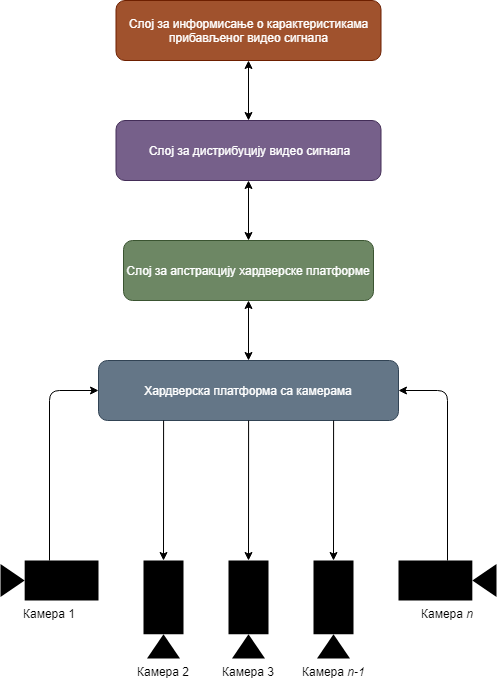
rondor1/msc keeps this draw.io diagram as res/cs-logic-overview.png. Above is the earlier version. Source tidied: cells renumbered, new cells last; positions are measured from the earlier drawing's top-left corner, leaving out a move shared by most shapes. Its diagram source:
```xml
<mxGraphModel>
  <root>
    <mxCell id="0" />
    <mxCell id="1" parent="0" />
    <mxCell id="2" value="Слој за дистрибуцију видео сигнала" style="rounded=1;whiteSpace=wrap;html=1;fillColor=#76608a;strokeColor=#432D57;fontColor=#ffffff;" parent="1" vertex="1">
      <mxGeometry x="115.5" y="120" width="265" height="60" as="geometry" />
    </mxCell>
    <mxCell id="3" value="&lt;span style=&quot;white-space: normal&quot;&gt;Слој за апстракцију хардверске платформе&lt;/span&gt;" style="rounded=1;whiteSpace=wrap;html=1;fillColor=#6d8764;strokeColor=#3A5431;fontColor=#ffffff;" parent="1" vertex="1">
      <mxGeometry x="123" y="240" width="250" height="60" as="geometry" />
    </mxCell>
    <mxCell id="4" value="Хардверска платформа са камерама" style="rounded=1;whiteSpace=wrap;html=1;fillColor=#647687;strokeColor=#314354;fontColor=#ffffff;" parent="1" vertex="1">
      <mxGeometry x="98" y="360" width="300" height="60" as="geometry" />
    </mxCell>
    <mxCell id="5" value="Камера 1" style="shape=mxgraph.signs.tech.video_camera;html=1;fillColor=#000000;strokeColor=none;verticalLabelPosition=bottom;verticalAlign=top;align=center;direction=west;" parent="1" vertex="1">
      <mxGeometry y="560" width="98" height="40" as="geometry" />
    </mxCell>
    <mxCell id="6" value="Камера&amp;nbsp;&lt;i&gt;n&lt;br&gt;&lt;/i&gt;" style="shape=mxgraph.signs.tech.video_camera;html=1;fillColor=#000000;strokeColor=none;verticalLabelPosition=bottom;verticalAlign=top;align=center;direction=east;" parent="1" vertex="1">
      <mxGeometry x="398" y="560" width="98" height="40" as="geometry" />
    </mxCell>
    <mxCell id="7" style="endArrow=classic;html=1;entryX=1;entryY=0.5;entryDx=0;entryDy=0;exitX=0.5;exitY=0;exitDx=0;exitDy=0;exitPerimeter=0;" parent="1" edge="1" source="6" target="4">
      <mxGeometry relative="1" as="geometry">
        <Array as="points">
          <mxPoint x="447" y="390" />
        </Array>
      </mxGeometry>
    </mxCell>
    <mxCell id="8" style="endArrow=classic;html=1;entryX=0;entryY=0.5;entryDx=0;entryDy=0;exitX=0.5;exitY=1;exitDx=0;exitDy=0;exitPerimeter=0;" parent="1" edge="1" source="5" target="4">
      <mxGeometry relative="1" as="geometry">
        <Array as="points">
          <mxPoint x="49" y="390" />
        </Array>
      </mxGeometry>
    </mxCell>
    <mxCell id="9" value="Камера 2" style="shape=mxgraph.signs.tech.video_camera;html=1;fillColor=#000000;strokeColor=none;verticalLabelPosition=bottom;verticalAlign=top;align=center;direction=south;" parent="1" vertex="1">
      <mxGeometry x="143" y="560" width="40" height="98" as="geometry" />
    </mxCell>
    <mxCell id="10" style="endArrow=classic;html=1;entryX=0;entryY=0.5;entryDx=0;entryDy=0;entryPerimeter=0;exitX=0.197;exitY=1;exitDx=0;exitDy=0;exitPerimeter=0;" parent="1" edge="1" target="9">
      <mxGeometry relative="1" as="geometry">
        <mxPoint x="163.1" y="420" as="sourcePoint" />
      </mxGeometry>
    </mxCell>
    <mxCell id="11" value="Камера 3" style="shape=mxgraph.signs.tech.video_camera;html=1;fillColor=#000000;strokeColor=none;verticalLabelPosition=bottom;verticalAlign=top;align=center;direction=south;" parent="1" vertex="1">
      <mxGeometry x="228" y="560" width="40" height="98" as="geometry" />
    </mxCell>
    <mxCell id="12" style="endArrow=classic;html=1;entryX=0;entryY=0.5;entryDx=0;entryDy=0;entryPerimeter=0;exitX=0.197;exitY=1;exitDx=0;exitDy=0;exitPerimeter=0;" parent="1" edge="1" target="11">
      <mxGeometry relative="1" as="geometry">
        <mxPoint x="248.1" y="420" as="sourcePoint" />
      </mxGeometry>
    </mxCell>
    <mxCell id="13" value="Камера &lt;i&gt;n-1&lt;/i&gt;" style="shape=mxgraph.signs.tech.video_camera;html=1;fillColor=#000000;strokeColor=none;verticalLabelPosition=bottom;verticalAlign=top;align=center;direction=south;" parent="1" vertex="1">
      <mxGeometry x="313" y="560" width="40" height="98" as="geometry" />
    </mxCell>
    <mxCell id="14" style="endArrow=classic;html=1;entryX=0;entryY=0.5;entryDx=0;entryDy=0;entryPerimeter=0;exitX=0.197;exitY=1;exitDx=0;exitDy=0;exitPerimeter=0;" parent="1" edge="1" target="13">
      <mxGeometry relative="1" as="geometry">
        <mxPoint x="333.1" y="420" as="sourcePoint" />
      </mxGeometry>
    </mxCell>
    <mxCell id="15" value="Слој за информисање о карактеристикама прибављеног видео сигнала" style="rounded=1;whiteSpace=wrap;html=1;fillColor=#a0522d;strokeColor=#6D1F00;fontColor=#ffffff;" parent="1" vertex="1">
      <mxGeometry x="115.5" width="265" height="60" as="geometry" />
    </mxCell>
    <mxCell id="16" style="endArrow=classic;startArrow=classic;html=1;entryX=0.5;entryY=1;entryDx=0;entryDy=0;exitX=0.5;exitY=0;exitDx=0;exitDy=0;" parent="1" edge="1" source="4" target="3">
      <mxGeometry relative="1" as="geometry" />
    </mxCell>
    <mxCell id="17" style="endArrow=classic;startArrow=classic;html=1;entryX=0.5;entryY=1;entryDx=0;entryDy=0;exitX=0.5;exitY=0;exitDx=0;exitDy=0;" parent="1" edge="1" source="3" target="2">
      <mxGeometry relative="1" as="geometry" />
    </mxCell>
    <mxCell id="18" style="endArrow=classic;startArrow=classic;html=1;entryX=0.5;entryY=0;entryDx=0;entryDy=0;exitX=0.5;exitY=1;exitDx=0;exitDy=0;" parent="1" edge="1" source="15" target="2">
      <mxGeometry relative="1" as="geometry" />
    </mxCell>
  </root>
</mxGraphModel>
```
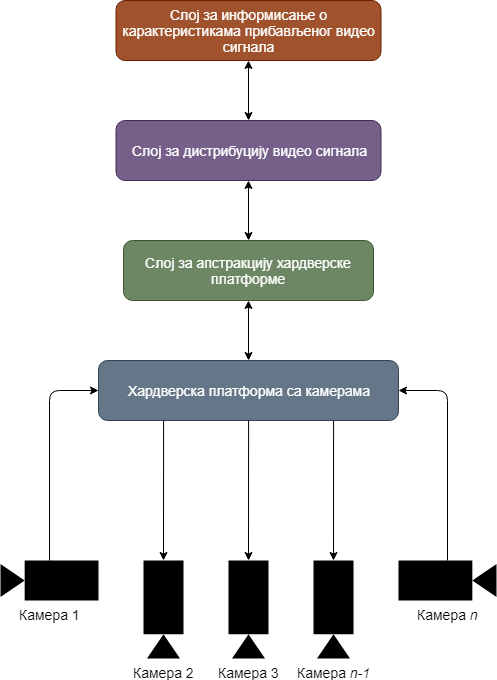
The same diagram one commit later.

Change to the diagram source:
```diff
@@ -2,19 +2,19 @@
   <root>
     <mxCell id="0" />
     <mxCell id="1" parent="0" />
-    <mxCell id="2" value="Слој за дистрибуцију видео сигнала" style="rounded=1;whiteSpace=wrap;html=1;fillColor=#76608a;strokeColor=#432D57;fontColor=#ffffff;" parent="1" vertex="1">
+    <mxCell id="2" value="&lt;font style=&quot;font-size: 14px&quot;&gt;Слој за дистрибуцију видео сигнала&lt;/font&gt;" style="rounded=1;whiteSpace=wrap;html=1;fillColor=#76608a;strokeColor=#432D57;fontColor=#ffffff;" parent="1" vertex="1">
       <mxGeometry x="115.5" y="120" width="265" height="60" as="geometry" />
     </mxCell>
-    <mxCell id="3" value="&lt;span style=&quot;white-space: normal&quot;&gt;Слој за апстракцију хардверске платформе&lt;/span&gt;" style="rounded=1;whiteSpace=wrap;html=1;fillColor=#6d8764;strokeColor=#3A5431;fontColor=#ffffff;" parent="1" vertex="1">
+    <mxCell id="3" value="&lt;span style=&quot;white-space: normal&quot;&gt;&lt;font style=&quot;font-size: 14px&quot;&gt;Слој за апстракцију хардверске платформе&lt;/font&gt;&lt;/span&gt;" style="rounded=1;whiteSpace=wrap;html=1;fillColor=#6d8764;strokeColor=#3A5431;fontColor=#ffffff;" parent="1" vertex="1">
       <mxGeometry x="123" y="240" width="250" height="60" as="geometry" />
     </mxCell>
-    <mxCell id="4" value="Хардверска платформа са камерама" style="rounded=1;whiteSpace=wrap;html=1;fillColor=#647687;strokeColor=#314354;fontColor=#ffffff;" parent="1" vertex="1">
+    <mxCell id="4" value="&lt;font style=&quot;font-size: 14px&quot;&gt;Хардверска платформа са камерама&lt;/font&gt;" style="rounded=1;whiteSpace=wrap;html=1;fillColor=#647687;strokeColor=#314354;fontColor=#ffffff;" parent="1" vertex="1">
       <mxGeometry x="98" y="360" width="300" height="60" as="geometry" />
     </mxCell>
-    <mxCell id="5" value="Камера 1" style="shape=mxgraph.signs.tech.video_camera;html=1;fillColor=#000000;strokeColor=none;verticalLabelPosition=bottom;verticalAlign=top;align=center;direction=west;" parent="1" vertex="1">
+    <mxCell id="5" value="&lt;font style=&quot;font-size: 14px&quot;&gt;Камера 1&lt;/font&gt;" style="shape=mxgraph.signs.tech.video_camera;html=1;fillColor=#000000;strokeColor=none;verticalLabelPosition=bottom;verticalAlign=top;align=center;direction=west;" parent="1" vertex="1">
       <mxGeometry y="560" width="98" height="40" as="geometry" />
     </mxCell>
-    <mxCell id="6" value="Камера&amp;nbsp;&lt;i&gt;n&lt;br&gt;&lt;/i&gt;" style="shape=mxgraph.signs.tech.video_camera;html=1;fillColor=#000000;strokeColor=none;verticalLabelPosition=bottom;verticalAlign=top;align=center;direction=east;" parent="1" vertex="1">
+    <mxCell id="6" value="&lt;font style=&quot;font-size: 14px&quot;&gt;Камера&amp;nbsp;&lt;/font&gt;&lt;i style=&quot;font-size: 14px&quot;&gt;&lt;font style=&quot;font-size: 14px&quot;&gt;n&lt;/font&gt;&lt;br&gt;&lt;/i&gt;" style="shape=mxgraph.signs.tech.video_camera;html=1;fillColor=#000000;strokeColor=none;verticalLabelPosition=bottom;verticalAlign=top;align=center;direction=east;" parent="1" vertex="1">
       <mxGeometry x="398" y="560" width="98" height="40" as="geometry" />
     </mxCell>
     <mxCell id="7" style="endArrow=classic;html=1;entryX=1;entryY=0.5;entryDx=0;entryDy=0;exitX=0.5;exitY=0;exitDx=0;exitDy=0;exitPerimeter=0;" parent="1" edge="1" source="6" target="4">
@@ -31,7 +31,7 @@
         </Array>
       </mxGeometry>
     </mxCell>
-    <mxCell id="9" value="Камера 2" style="shape=mxgraph.signs.tech.video_camera;html=1;fillColor=#000000;strokeColor=none;verticalLabelPosition=bottom;verticalAlign=top;align=center;direction=south;" parent="1" vertex="1">
+    <mxCell id="9" value="&lt;font style=&quot;font-size: 14px&quot;&gt;Камера 2&lt;/font&gt;" style="shape=mxgraph.signs.tech.video_camera;html=1;fillColor=#000000;strokeColor=none;verticalLabelPosition=bottom;verticalAlign=top;align=center;direction=south;" parent="1" vertex="1">
       <mxGeometry x="143" y="560" width="40" height="98" as="geometry" />
     </mxCell>
     <mxCell id="10" style="endArrow=classic;html=1;entryX=0;entryY=0.5;entryDx=0;entryDy=0;entryPerimeter=0;exitX=0.197;exitY=1;exitDx=0;exitDy=0;exitPerimeter=0;" parent="1" edge="1" target="9">
@@ -39,7 +39,7 @@
         <mxPoint x="163.1" y="420" as="sourcePoint" />
       </mxGeometry>
     </mxCell>
-    <mxCell id="11" value="Камера 3" style="shape=mxgraph.signs.tech.video_camera;html=1;fillColor=#000000;strokeColor=none;verticalLabelPosition=bottom;verticalAlign=top;align=center;direction=south;" parent="1" vertex="1">
+    <mxCell id="11" value="&lt;font style=&quot;font-size: 14px&quot;&gt;Камера 3&lt;/font&gt;" style="shape=mxgraph.signs.tech.video_camera;html=1;fillColor=#000000;strokeColor=none;verticalLabelPosition=bottom;verticalAlign=top;align=center;direction=south;" parent="1" vertex="1">
       <mxGeometry x="228" y="560" width="40" height="98" as="geometry" />
     </mxCell>
     <mxCell id="12" style="endArrow=classic;html=1;entryX=0;entryY=0.5;entryDx=0;entryDy=0;entryPerimeter=0;exitX=0.197;exitY=1;exitDx=0;exitDy=0;exitPerimeter=0;" parent="1" edge="1" target="11">
@@ -47,7 +47,7 @@
         <mxPoint x="248.1" y="420" as="sourcePoint" />
       </mxGeometry>
     </mxCell>
-    <mxCell id="13" value="Камера &lt;i&gt;n-1&lt;/i&gt;" style="shape=mxgraph.signs.tech.video_camera;html=1;fillColor=#000000;strokeColor=none;verticalLabelPosition=bottom;verticalAlign=top;align=center;direction=south;" parent="1" vertex="1">
+    <mxCell id="13" value="&lt;font style=&quot;font-size: 14px&quot;&gt;Камера &lt;i&gt;n-1&lt;/i&gt;&lt;/font&gt;" style="shape=mxgraph.signs.tech.video_camera;html=1;fillColor=#000000;strokeColor=none;verticalLabelPosition=bottom;verticalAlign=top;align=center;direction=south;" parent="1" vertex="1">
       <mxGeometry x="313" y="560" width="40" height="98" as="geometry" />
     </mxCell>
     <mxCell id="14" style="endArrow=classic;html=1;entryX=0;entryY=0.5;entryDx=0;entryDy=0;entryPerimeter=0;exitX=0.197;exitY=1;exitDx=0;exitDy=0;exitPerimeter=0;" parent="1" edge="1" target="13">
@@ -55,7 +55,7 @@
         <mxPoint x="333.1" y="420" as="sourcePoint" />
       </mxGeometry>
     </mxCell>
-    <mxCell id="15" value="Слој за информисање о карактеристикама прибављеног видео сигнала" style="rounded=1;whiteSpace=wrap;html=1;fillColor=#a0522d;strokeColor=#6D1F00;fontColor=#ffffff;" parent="1" vertex="1">
+    <mxCell id="15" value="Слој за информисање о карактеристикама прибављеног видео сигнала" style="rounded=1;whiteSpace=wrap;html=1;fillColor=#a0522d;strokeColor=#6D1F00;fontColor=#ffffff;fontSize=14;" parent="1" vertex="1">
       <mxGeometry x="115.5" width="265" height="60" as="geometry" />
     </mxCell>
     <mxCell id="16" style="endArrow=classic;startArrow=classic;html=1;entryX=0.5;entryY=1;entryDx=0;entryDy=0;exitX=0.5;exitY=0;exitDx=0;exitDy=0;" parent="1" edge="1" source="4" target="3">
```
